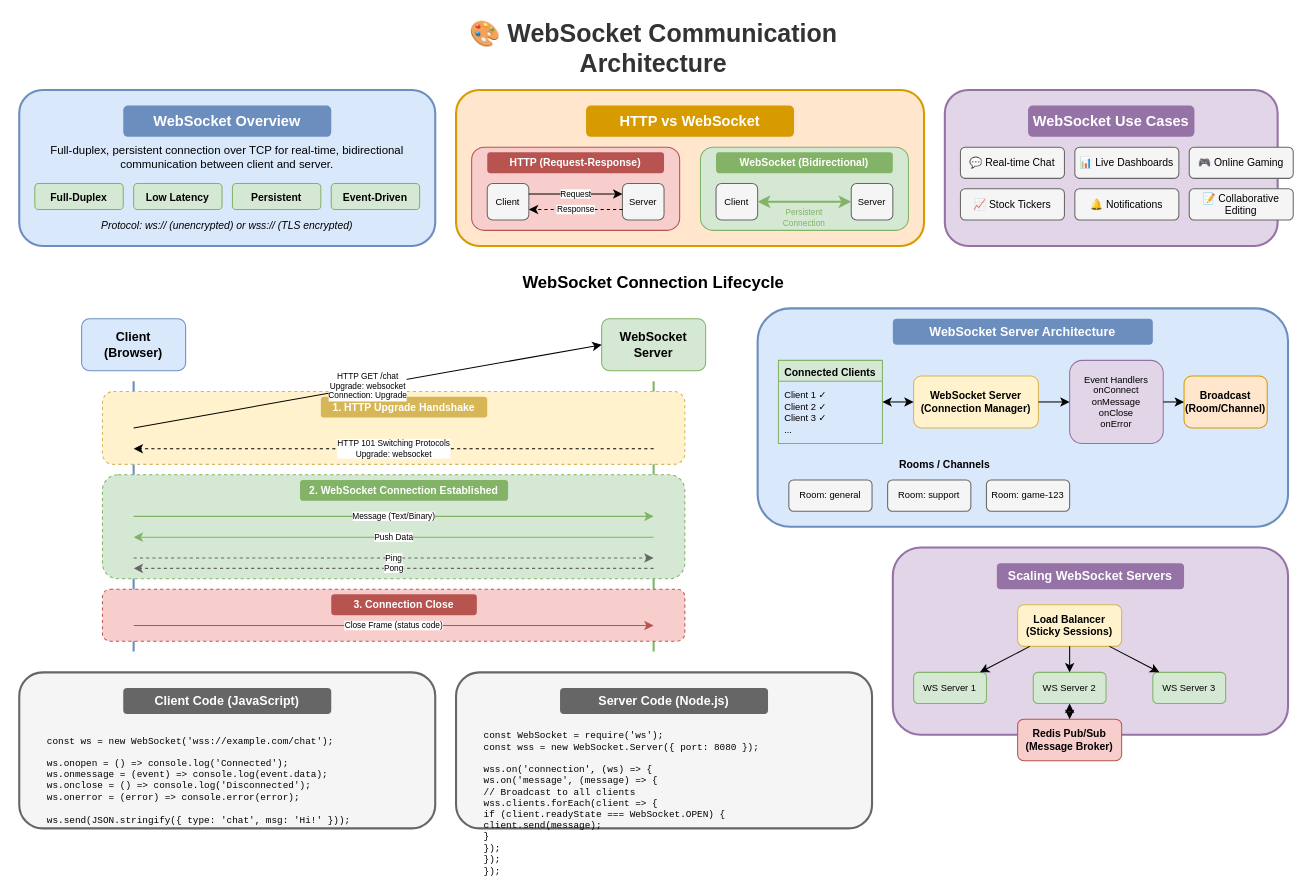
MrParkerZ7/document-lesson-software-architect-x-claude keeps this draw.io diagram as lesson-01-software-design-architecture/diagrams/4.4-websocket-flow.drawio. Above is the earlier version. Source tidied: cells renumbered, new cells numbered last; positions are measured from the earlier drawing's top-left corner, leaving out a move shared by most shapes. Both pictures are drawn from the tidied source at 104%, with x=0, y=0 at pixel (19, 27).
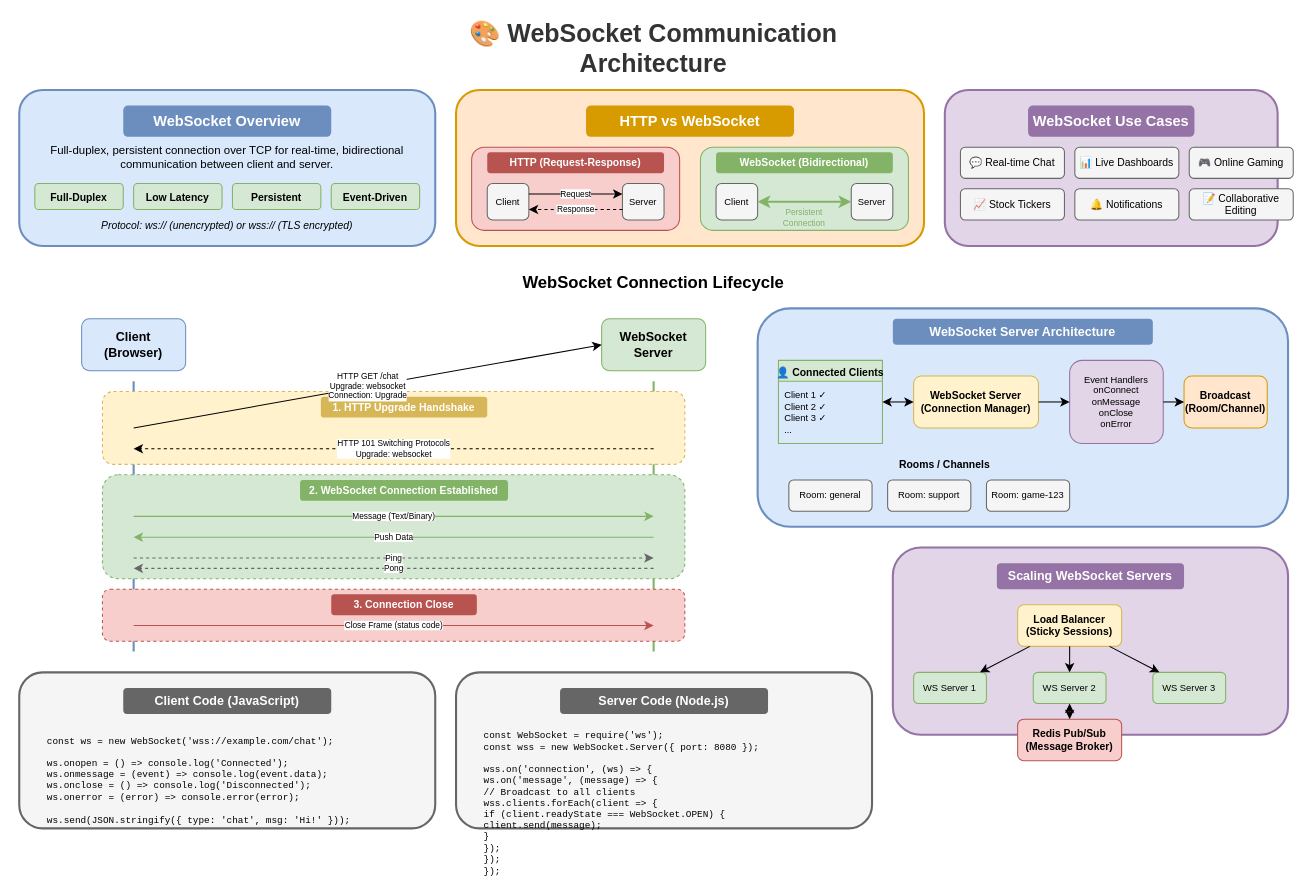
After the change.

Diff of the diagram source:
```diff
@@
-    <mxCell id="53" value="Connected Clients" style="swimlane;fontStyle=1;align=center;verticalAlign=top;horizontal=1;startSize=20;fillColor=#d5e8d4;strokeColor=#82b366;fontSize=10;" parent="1" vertex="1">
+    <mxCell id="53" value="👤 Connected Clients" style="swimlane;fontStyle=1;align=center;verticalAlign=top;horizontal=1;startSize=20;fillColor=#d5e8d4;strokeColor=#82b366;fontSize=10;" parent="1" vertex="1">
       <mxGeometry x="730" y="320" width="100" height="80" as="geometry" />
     </mxCell>
```
